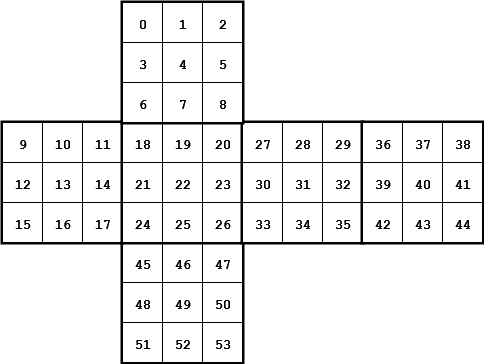
tk744/rubot keeps this draw.io diagram as cube-encoding.png. Above is the earlier version. Source tidied: cells renumbered, new cells last; positions are measured from the earlier drawing's top-left corner, leaving out a move shared by most shapes.
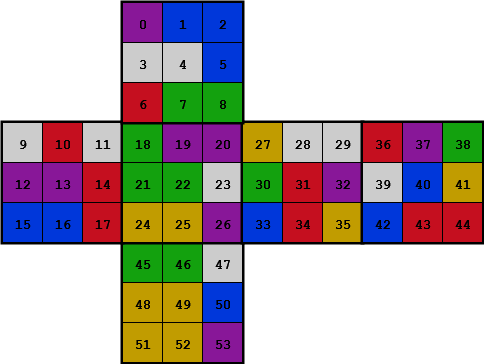
After the change.

What changed in the source:
```diff
@@ -7,27 +7,27 @@
     </mxCell>
-    <mxCell id="3" value="45" style="rounded=0;whiteSpace=wrap;html=1;fontFamily=Courier New;fontSize=14;spacingTop=3;fontStyle=1;spacingLeft=1;" parent="1" vertex="1">
+    <mxCell id="3" value="45" style="rounded=0;whiteSpace=wrap;html=1;fontFamily=Courier New;fontSize=14;spacingTop=3;fontStyle=1;spacingLeft=1;fillColor=#13a10e;" parent="1" vertex="1">
       <mxGeometry x="120" y="240" width="40" height="40" as="geometry" />
     </mxCell>
-    <mxCell id="4" value="46" style="rounded=0;whiteSpace=wrap;html=1;fontFamily=Courier New;fontSize=14;spacingTop=3;fontStyle=1;spacingLeft=1;" parent="1" vertex="1">
+    <mxCell id="4" value="46" style="rounded=0;whiteSpace=wrap;html=1;fontFamily=Courier New;fontSize=14;spacingTop=3;fontStyle=1;spacingLeft=1;fillColor=#13a10e;" parent="1" vertex="1">
       <mxGeometry x="160" y="240" width="40" height="40" as="geometry" />
     </mxCell>
-    <mxCell id="5" value="47" style="rounded=0;whiteSpace=wrap;html=1;fontFamily=Courier New;fontSize=14;spacingTop=3;fontStyle=1;spacingLeft=1;" parent="1" vertex="1">
+    <mxCell id="5" value="47" style="rounded=0;whiteSpace=wrap;html=1;fontFamily=Courier New;fontSize=14;spacingTop=3;fontStyle=1;spacingLeft=1;fillColor=#cccccc;" parent="1" vertex="1">
       <mxGeometry x="200" y="240" width="40" height="40" as="geometry" />
     </mxCell>
-    <mxCell id="6" value="48" style="rounded=0;whiteSpace=wrap;html=1;fontFamily=Courier New;fontSize=14;spacingTop=3;fontStyle=1;spacingLeft=1;" parent="1" vertex="1">
+    <mxCell id="6" value="48" style="rounded=0;whiteSpace=wrap;html=1;fontFamily=Courier New;fontSize=14;spacingTop=3;fontStyle=1;spacingLeft=1;fillColor=#c19c00;" parent="1" vertex="1">
       <mxGeometry x="120" y="280" width="40" height="40" as="geometry" />
     </mxCell>
-    <mxCell id="7" value="49" style="rounded=0;whiteSpace=wrap;html=1;fontFamily=Courier New;fontSize=14;spacingTop=3;fontStyle=1;spacingLeft=1;" parent="1" vertex="1">
+    <mxCell id="7" value="49" style="rounded=0;whiteSpace=wrap;html=1;fontFamily=Courier New;fontSize=14;spacingTop=3;fontStyle=1;spacingLeft=1;fillColor=#c19c00;" parent="1" vertex="1">
       <mxGeometry x="160" y="280" width="40" height="40" as="geometry" />
     </mxCell>
-    <mxCell id="8" value="50" style="rounded=0;whiteSpace=wrap;html=1;fontFamily=Courier New;fontSize=14;spacingTop=3;fontStyle=1;spacingLeft=1;" parent="1" vertex="1">
+    <mxCell id="8" value="50" style="rounded=0;whiteSpace=wrap;html=1;fontFamily=Courier New;fontSize=14;spacingTop=3;fontStyle=1;spacingLeft=1;fillColor=#0037da;" parent="1" vertex="1">
       <mxGeometry x="200" y="280" width="40" height="40" as="geometry" />
     </mxCell>
-    <mxCell id="9" value="51" style="rounded=0;whiteSpace=wrap;html=1;fontFamily=Courier New;fontSize=14;spacingTop=3;fontStyle=1;spacingLeft=1;" parent="1" vertex="1">
+    <mxCell id="9" value="51" style="rounded=0;whiteSpace=wrap;html=1;fontFamily=Courier New;fontSize=14;spacingTop=3;fontStyle=1;spacingLeft=1;fillColor=#c19c00;" parent="1" vertex="1">
       <mxGeometry x="120" y="320" width="40" height="40" as="geometry" />
     </mxCell>
-    <mxCell id="10" value="52" style="rounded=0;whiteSpace=wrap;html=1;fontFamily=Courier New;fontSize=14;spacingTop=3;fontStyle=1;spacingLeft=1;" parent="1" vertex="1">
+    <mxCell id="10" value="52" style="rounded=0;whiteSpace=wrap;html=1;fontFamily=Courier New;fontSize=14;spacingTop=3;fontStyle=1;spacingLeft=1;fillColor=#c19c00;" parent="1" vertex="1">
       <mxGeometry x="160" y="320" width="40" height="40" as="geometry" />
     </mxCell>
-    <mxCell id="11" value="53" style="rounded=0;whiteSpace=wrap;html=1;fontFamily=Courier New;fontSize=14;spacingTop=3;fontStyle=1;spacingLeft=1;" parent="1" vertex="1">
+    <mxCell id="11" value="53" style="rounded=0;whiteSpace=wrap;html=1;fontFamily=Courier New;fontSize=14;spacingTop=3;fontStyle=1;spacingLeft=1;fillColor=#881798;" parent="1" vertex="1">
       <mxGeometry x="200" y="320" width="40" height="40" as="geometry" />
@@ -37,27 +37,27 @@
     </mxCell>
-    <mxCell id="13" value="9" style="rounded=0;whiteSpace=wrap;html=1;fontFamily=Courier New;fontSize=14;spacingTop=3;fontStyle=1;spacingLeft=1;" parent="1" vertex="1">
+    <mxCell id="13" value="9" style="rounded=0;whiteSpace=wrap;html=1;fontFamily=Courier New;fontSize=14;spacingTop=3;fontStyle=1;spacingLeft=1;fillColor=#cccccc;" parent="1" vertex="1">
       <mxGeometry y="120" width="40" height="40" as="geometry" />
     </mxCell>
-    <mxCell id="14" value="10" style="rounded=0;whiteSpace=wrap;html=1;fontFamily=Courier New;fontSize=14;spacingTop=3;fontStyle=1;spacingLeft=1;" parent="1" vertex="1">
+    <mxCell id="14" value="10" style="rounded=0;whiteSpace=wrap;html=1;fontFamily=Courier New;fontSize=14;spacingTop=3;fontStyle=1;spacingLeft=1;fillColor=#c50f1f;" parent="1" vertex="1">
       <mxGeometry x="40" y="120" width="40" height="40" as="geometry" />
     </mxCell>
-    <mxCell id="15" value="11" style="rounded=0;whiteSpace=wrap;html=1;fontFamily=Courier New;fontSize=14;spacingTop=3;fontStyle=1;spacingLeft=1;" parent="1" vertex="1">
+    <mxCell id="15" value="11" style="rounded=0;whiteSpace=wrap;html=1;fontFamily=Courier New;fontSize=14;spacingTop=3;fontStyle=1;spacingLeft=1;fillColor=#cccccc;" parent="1" vertex="1">
       <mxGeometry x="80" y="120" width="40" height="40" as="geometry" />
     </mxCell>
-    <mxCell id="16" value="12" style="rounded=0;whiteSpace=wrap;html=1;fontFamily=Courier New;fontSize=14;spacingTop=3;fontStyle=1;spacingLeft=1;" parent="1" vertex="1">
+    <mxCell id="16" value="12" style="rounded=0;whiteSpace=wrap;html=1;fontFamily=Courier New;fontSize=14;spacingTop=3;fontStyle=1;spacingLeft=1;fillColor=#881798;" parent="1" vertex="1">
       <mxGeometry y="160" width="40" height="40" as="geometry" />
     </mxCell>
-    <mxCell id="17" value="13" style="rounded=0;whiteSpace=wrap;html=1;fontFamily=Courier New;fontSize=14;spacingTop=3;fontStyle=1;spacingLeft=1;" parent="1" vertex="1">
+    <mxCell id="17" value="13" style="rounded=0;whiteSpace=wrap;html=1;fontFamily=Courier New;fontSize=14;spacingTop=3;fontStyle=1;spacingLeft=1;fillColor=#881798;" parent="1" vertex="1">
       <mxGeometry x="40" y="160" width="40" height="40" as="geometry" />
     </mxCell>
-    <mxCell id="18" value="14" style="rounded=0;whiteSpace=wrap;html=1;fontFamily=Courier New;fontSize=14;spacingTop=3;fontStyle=1;spacingLeft=1;" parent="1" vertex="1">
+    <mxCell id="18" value="14" style="rounded=0;whiteSpace=wrap;html=1;fontFamily=Courier New;fontSize=14;spacingTop=3;fontStyle=1;spacingLeft=1;fillColor=#c50f1f;" parent="1" vertex="1">
       <mxGeometry x="80" y="160" width="40" height="40" as="geometry" />
     </mxCell>
-    <mxCell id="19" value="15" style="rounded=0;whiteSpace=wrap;html=1;fontFamily=Courier New;fontSize=14;spacingTop=3;fontStyle=1;spacingLeft=1;" parent="1" vertex="1">
+    <mxCell id="19" value="15" style="rounded=0;whiteSpace=wrap;html=1;fontFamily=Courier New;fontSize=14;spacingTop=3;fontStyle=1;spacingLeft=1;fillColor=#0037da;" parent="1" vertex="1">
       <mxGeometry y="200" width="40" height="40" as="geometry" />
     </mxCell>
-    <mxCell id="20" value="16" style="rounded=0;whiteSpace=wrap;html=1;fontFamily=Courier New;fontSize=14;spacingTop=3;fontStyle=1;spacingLeft=1;" parent="1" vertex="1">
+    <mxCell id="20" value="16" style="rounded=0;whiteSpace=wrap;html=1;fontFamily=Courier New;fontSize=14;spacingTop=3;fontStyle=1;spacingLeft=1;fillColor=#0037da;" parent="1" vertex="1">
       <mxGeometry x="40" y="200" width="40" height="40" as="geometry" />
     </mxCell>
-    <mxCell id="21" value="17" style="rounded=0;whiteSpace=wrap;html=1;fontFamily=Courier New;fontSize=14;spacingTop=3;fontStyle=1;spacingLeft=1;" parent="1" vertex="1">
+    <mxCell id="21" value="17" style="rounded=0;whiteSpace=wrap;html=1;fontFamily=Courier New;fontSize=14;spacingTop=3;fontStyle=1;spacingLeft=1;fillColor=#c50f1f;" parent="1" vertex="1">
       <mxGeometry x="80" y="200" width="40" height="40" as="geometry" />
@@ -67,27 +67,27 @@
     </mxCell>
-    <mxCell id="23" value="18" style="rounded=0;whiteSpace=wrap;html=1;fontFamily=Courier New;fontSize=14;spacingTop=3;fontStyle=1;spacingLeft=1;" parent="1" vertex="1">
+    <mxCell id="23" value="18" style="rounded=0;whiteSpace=wrap;html=1;fontFamily=Courier New;fontSize=14;spacingTop=3;fontStyle=1;spacingLeft=1;fillColor=#13a10e;" parent="1" vertex="1">
       <mxGeometry x="120" y="120" width="40" height="40" as="geometry" />
     </mxCell>
-    <mxCell id="24" value="19" style="rounded=0;whiteSpace=wrap;html=1;fontFamily=Courier New;fontSize=14;spacingTop=3;fontStyle=1;spacingLeft=1;" parent="1" vertex="1">
+    <mxCell id="24" value="19" style="rounded=0;whiteSpace=wrap;html=1;fontFamily=Courier New;fontSize=14;spacingTop=3;fontStyle=1;spacingLeft=1;fillColor=#881798;" parent="1" vertex="1">
       <mxGeometry x="160" y="120" width="40" height="40" as="geometry" />
     </mxCell>
-    <mxCell id="25" value="20" style="rounded=0;whiteSpace=wrap;html=1;fontFamily=Courier New;fontSize=14;spacingTop=3;fontStyle=1;spacingLeft=1;" parent="1" vertex="1">
+    <mxCell id="25" value="20" style="rounded=0;whiteSpace=wrap;html=1;fontFamily=Courier New;fontSize=14;spacingTop=3;fontStyle=1;spacingLeft=1;fillColor=#881798;" parent="1" vertex="1">
       <mxGeometry x="200" y="120" width="40" height="40" as="geometry" />
     </mxCell>
-    <mxCell id="26" value="21" style="rounded=0;whiteSpace=wrap;html=1;fontFamily=Courier New;fontSize=14;spacingTop=3;fontStyle=1;spacingLeft=1;" parent="1" vertex="1">
+    <mxCell id="26" value="21" style="rounded=0;whiteSpace=wrap;html=1;fontFamily=Courier New;fontSize=14;spacingTop=3;fontStyle=1;spacingLeft=1;fillColor=#13a10e;" parent="1" vertex="1">
       <mxGeometry x="120" y="160" width="40" height="40" as="geometry" />
     </mxCell>
-    <mxCell id="27" value="22" style="rounded=0;whiteSpace=wrap;html=1;fontFamily=Courier New;fontSize=14;spacingTop=3;fontStyle=1;spacingLeft=1;" parent="1" vertex="1">
+    <mxCell id="27" value="22" style="rounded=0;whiteSpace=wrap;html=1;fontFamily=Courier New;fontSize=14;spacingTop=3;fontStyle=1;spacingLeft=1;fillColor=#13a10e;" parent="1" vertex="1">
       <mxGeometry x="160" y="160" width="40" height="40" as="geometry" />
     </mxCell>
-    <mxCell id="28" value="23" style="rounded=0;whiteSpace=wrap;html=1;fontFamily=Courier New;fontSize=14;spacingTop=3;fontStyle=1;spacingLeft=1;" parent="1" vertex="1">
+    <mxCell id="28" value="23" style="rounded=0;whiteSpace=wrap;html=1;fontFamily=Courier New;fontSize=14;spacingTop=3;fontStyle=1;spacingLeft=1;fillColor=#cccccc;" parent="1" vertex="1">
       <mxGeometry x="200" y="160" width="40" height="40" as="geometry" />
     </mxCell>
-    <mxCell id="29" value="24" style="rounded=0;whiteSpace=wrap;html=1;fontFamily=Courier New;fontSize=14;spacingTop=3;fontStyle=1;spacingLeft=1;" parent="1" vertex="1">
+    <mxCell id="29" value="24" style="rounded=0;whiteSpace=wrap;html=1;fontFamily=Courier New;fontSize=14;spacingTop=3;fontStyle=1;spacingLeft=1;fillColor=#c19c00;" parent="1" vertex="1">
       <mxGeometry x="120" y="200" width="40" height="40" as="geometry" />
     </mxCell>
-    <mxCell id="30" value="25" style="rounded=0;whiteSpace=wrap;html=1;fontFamily=Courier New;fontSize=14;spacingTop=3;fontStyle=1;spacingLeft=1;" parent="1" vertex="1">
+    <mxCell id="30" value="25" style="rounded=0;whiteSpace=wrap;html=1;fontFamily=Courier New;fontSize=14;spacingTop=3;fontStyle=1;spacingLeft=1;fillColor=#c19c00;" parent="1" vertex="1">
       <mxGeometry x="160" y="200" width="40" height="40" as="geometry" />
     </mxCell>
-    <mxCell id="31" value="26" style="rounded=0;whiteSpace=wrap;html=1;fontFamily=Courier New;fontSize=14;spacingTop=3;fontStyle=1;spacingLeft=1;" parent="1" vertex="1">
+    <mxCell id="31" value="26" style="rounded=0;whiteSpace=wrap;html=1;fontFamily=Courier New;fontSize=14;spacingTop=3;fontStyle=1;spacingLeft=1;fillColor=#881798;" parent="1" vertex="1">
       <mxGeometry x="200" y="200" width="40" height="40" as="geometry" />
@@ -97,27 +97,27 @@
     </mxCell>
-    <mxCell id="33" value="27" style="rounded=0;whiteSpace=wrap;html=1;fontFamily=Courier New;fontSize=14;spacingTop=3;fontStyle=1;spacingLeft=1;" parent="1" vertex="1">
+    <mxCell id="33" value="27" style="rounded=0;whiteSpace=wrap;html=1;fontFamily=Courier New;fontSize=14;spacingTop=3;fontStyle=1;spacingLeft=1;fillColor=#c19c00;" parent="1" vertex="1">
       <mxGeometry x="240" y="120" width="40" height="40" as="geometry" />
     </mxCell>
-    <mxCell id="34" value="28" style="rounded=0;whiteSpace=wrap;html=1;fontFamily=Courier New;fontSize=14;spacingTop=3;fontStyle=1;spacingLeft=1;" parent="1" vertex="1">
+    <mxCell id="34" value="28" style="rounded=0;whiteSpace=wrap;html=1;fontFamily=Courier New;fontSize=14;spacingTop=3;fontStyle=1;spacingLeft=1;fillColor=#cccccc;" parent="1" vertex="1">
       <mxGeometry x="280" y="120" width="40" height="40" as="geometry" />
     </mxCell>
-    <mxCell id="35" value="29" style="rounded=0;whiteSpace=wrap;html=1;fontFamily=Courier New;fontSize=14;spacingTop=3;fontStyle=1;spacingLeft=1;" parent="1" vertex="1">
+    <mxCell id="35" value="29" style="rounded=0;whiteSpace=wrap;html=1;fontFamily=Courier New;fontSize=14;spacingTop=3;fontStyle=1;spacingLeft=1;fillColor=#cccccc;" parent="1" vertex="1">
       <mxGeometry x="320" y="120" width="40" height="40" as="geometry" />
     </mxCell>
-    <mxCell id="36" value="30" style="rounded=0;whiteSpace=wrap;html=1;fontFamily=Courier New;fontSize=14;spacingTop=3;fontStyle=1;spacingLeft=1;" parent="1" vertex="1">
+    <mxCell id="36" value="30" style="rounded=0;whiteSpace=wrap;html=1;fontFamily=Courier New;fontSize=14;spacingTop=3;fontStyle=1;spacingLeft=1;fillColor=#13a10e;" parent="1" vertex="1">
       <mxGeometry x="240" y="160" width="40" height="40" as="geometry" />
     </mxCell>
-    <mxCell id="37" value="31" style="rounded=0;whiteSpace=wrap;html=1;fontFamily=Courier New;fontSize=14;spacingTop=3;fontStyle=1;spacingLeft=1;" parent="1" vertex="1">
+    <mxCell id="37" value="31" style="rounded=0;whiteSpace=wrap;html=1;fontFamily=Courier New;fontSize=14;spacingTop=3;fontStyle=1;spacingLeft=1;fillColor=#c50f1f;" parent="1" vertex="1">
       <mxGeometry x="280" y="160" width="40" height="40" as="geometry" />
     </mxCell>
-    <mxCell id="38" value="32" style="rounded=0;whiteSpace=wrap;html=1;fontFamily=Courier New;fontSize=14;spacingTop=3;fontStyle=1;spacingLeft=1;" parent="1" vertex="1">
+    <mxCell id="38" value="32" style="rounded=0;whiteSpace=wrap;html=1;fontFamily=Courier New;fontSize=14;spacingTop=3;fontStyle=1;spacingLeft=1;fillColor=#881798;" parent="1" vertex="1">
       <mxGeometry x="320" y="160" width="40" height="40" as="geometry" />
     </mxCell>
-    <mxCell id="39" value="33" style="rounded=0;whiteSpace=wrap;html=1;fontFamily=Courier New;fontSize=14;spacingTop=3;fontStyle=1;spacingLeft=1;" parent="1" vertex="1">
+    <mxCell id="39" value="33" style="rounded=0;whiteSpace=wrap;html=1;fontFamily=Courier New;fontSize=14;spacingTop=3;fontStyle=1;spacingLeft=1;fillColor=#0037da;" parent="1" vertex="1">
       <mxGeometry x="240" y="200" width="40" height="40" as="geometry" />
     </mxCell>
-    <mxCell id="40" value="34" style="rounded=0;whiteSpace=wrap;html=1;fontFamily=Courier New;fontSize=14;spacingTop=3;fontStyle=1;spacingLeft=1;" parent="1" vertex="1">
+    <mxCell id="40" value="34" style="rounded=0;whiteSpace=wrap;html=1;fontFamily=Courier New;fontSize=14;spacingTop=3;fontStyle=1;spacingLeft=1;fillColor=#c50f1f;" parent="1" vertex="1">
       <mxGeometry x="280" y="200" width="40" height="40" as="geometry" />
     </mxCell>
-    <mxCell id="41" value="35" style="rounded=0;whiteSpace=wrap;html=1;fontFamily=Courier New;fontSize=14;spacingTop=3;fontStyle=1;spacingLeft=1;" parent="1" vertex="1">
+    <mxCell id="41" value="35" style="rounded=0;whiteSpace=wrap;html=1;fontFamily=Courier New;fontSize=14;spacingTop=3;fontStyle=1;spacingLeft=1;fillColor=#c19c00;" parent="1" vertex="1">
       <mxGeometry x="320" y="200" width="40" height="40" as="geometry" />
@@ -127,27 +127,27 @@
     </mxCell>
-    <mxCell id="43" value="36" style="rounded=0;whiteSpace=wrap;html=1;fontFamily=Courier New;fontSize=14;spacingTop=3;fontStyle=1;spacingLeft=1;" parent="1" vertex="1">
+    <mxCell id="43" value="36" style="rounded=0;whiteSpace=wrap;html=1;fontFamily=Courier New;fontSize=14;spacingTop=3;fontStyle=1;spacingLeft=1;fillColor=#c50f1f;" parent="1" vertex="1">
       <mxGeometry x="360" y="120" width="40" height="40" as="geometry" />
     </mxCell>
-    <mxCell id="44" value="37" style="rounded=0;whiteSpace=wrap;html=1;fontFamily=Courier New;fontSize=14;spacingTop=3;fontStyle=1;spacingLeft=1;" parent="1" vertex="1">
+    <mxCell id="44" value="37" style="rounded=0;whiteSpace=wrap;html=1;fontFamily=Courier New;fontSize=14;spacingTop=3;fontStyle=1;spacingLeft=1;fillColor=#881798;" parent="1" vertex="1">
       <mxGeometry x="400" y="120" width="40" height="40" as="geometry" />
     </mxCell>
-    <mxCell id="45" value="38" style="rounded=0;whiteSpace=wrap;html=1;fontFamily=Courier New;fontSize=14;spacingTop=3;fontStyle=1;spacingLeft=1;" parent="1" vertex="1">
+    <mxCell id="45" value="38" style="rounded=0;whiteSpace=wrap;html=1;fontFamily=Courier New;fontSize=14;spacingTop=3;fontStyle=1;spacingLeft=1;fillColor=#13a10e;" parent="1" vertex="1">
       <mxGeometry x="440" y="120" width="40" height="40" as="geometry" />
     </mxCell>
-    <mxCell id="46" value="39" style="rounded=0;whiteSpace=wrap;html=1;fontFamily=Courier New;fontSize=14;spacingTop=3;fontStyle=1;spacingLeft=1;" parent="1" vertex="1">
+    <mxCell id="46" value="39" style="rounded=0;whiteSpace=wrap;html=1;fontFamily=Courier New;fontSize=14;spacingTop=3;fontStyle=1;spacingLeft=1;fillColor=#cccccc;" parent="1" vertex="1">
       <mxGeometry x="360" y="160" width="40" height="40" as="geometry" />
     </mxCell>
-    <mxCell id="47" value="40" style="rounded=0;whiteSpace=wrap;html=1;fontFamily=Courier New;fontSize=14;spacingTop=3;fontStyle=1;spacingLeft=1;" parent="1" vertex="1">
+    <mxCell id="47" value="40" style="rounded=0;whiteSpace=wrap;html=1;fontFamily=Courier New;fontSize=14;spacingTop=3;fontStyle=1;spacingLeft=1;fillColor=#0037da;" parent="1" vertex="1">
       <mxGeometry x="400" y="160" width="40" height="40" as="geometry" />
     </mxCell>
-    <mxCell id="48" value="41" style="rounded=0;whiteSpace=wrap;html=1;fontFamily=Courier New;fontSize=14;spacingTop=3;fontStyle=1;spacingLeft=1;" parent="1" vertex="1">
+    <mxCell id="48" value="41" style="rounded=0;whiteSpace=wrap;html=1;fontFamily=Courier New;fontSize=14;spacingTop=3;fontStyle=1;spacingLeft=1;fillColor=#c19c00;" parent="1" vertex="1">
       <mxGeometry x="440" y="160" width="40" height="40" as="geometry" />
     </mxCell>
-    <mxCell id="49" value="42" style="rounded=0;whiteSpace=wrap;html=1;fontFamily=Courier New;fontSize=14;spacingTop=3;fontStyle=1;spacingLeft=1;" parent="1" vertex="1">
+    <mxCell id="49" value="42" style="rounded=0;whiteSpace=wrap;html=1;fontFamily=Courier New;fontSize=14;spacingTop=3;fontStyle=1;spacingLeft=1;fillColor=#0037da;" parent="1" vertex="1">
       <mxGeometry x="360" y="200" width="40" height="40" as="geometry" />
     </mxCell>
-    <mxCell id="50" value="43" style="rounded=0;whiteSpace=wrap;html=1;fontFamily=Courier New;fontSize=14;spacingTop=3;fontStyle=1;spacingLeft=1;" parent="1" vertex="1">
+    <mxCell id="50" value="43" style="rounded=0;whiteSpace=wrap;html=1;fontFamily=Courier New;fontSize=14;spacingTop=3;fontStyle=1;spacingLeft=1;fillColor=#c50f1f;" parent="1" vertex="1">
       <mxGeometry x="400" y="200" width="40" height="40" as="geometry" />
     </mxCell>
-    <mxCell id="51" value="44" style="rounded=0;whiteSpace=wrap;html=1;fontFamily=Courier New;fontSize=14;spacingTop=3;fontStyle=1;spacingLeft=1;" parent="1" vertex="1">
+    <mxCell id="51" value="44" style="rounded=0;whiteSpace=wrap;html=1;fontFamily=Courier New;fontSize=14;spacingTop=3;fontStyle=1;spacingLeft=1;fillColor=#c50f1f;" parent="1" vertex="1">
       <mxGeometry x="440" y="200" width="40" height="40" as="geometry" />
@@ -157,27 +157,27 @@
     </mxCell>
-    <mxCell id="53" value="0" style="rounded=0;whiteSpace=wrap;html=1;fontSize=14;fontFamily=Courier New;spacingTop=3;fontStyle=1;spacingLeft=1;" parent="1" vertex="1">
+    <mxCell id="53" value="0" style="rounded=0;whiteSpace=wrap;html=1;fontSize=14;fontFamily=Courier New;spacingTop=3;fontStyle=1;spacingLeft=1;fillColor=#881798;" parent="1" vertex="1">
       <mxGeometry x="120" width="40" height="40" as="geometry" />
     </mxCell>
-    <mxCell id="54" value="1" style="rounded=0;whiteSpace=wrap;html=1;fontSize=14;fontFamily=Courier New;spacingTop=3;fontStyle=1;spacingLeft=1;" parent="1" vertex="1">
+    <mxCell id="54" value="1" style="rounded=0;whiteSpace=wrap;html=1;fontSize=14;fontFamily=Courier New;spacingTop=3;fontStyle=1;spacingLeft=1;fillColor=#0037da;" parent="1" vertex="1">
       <mxGeometry x="160" width="40" height="40" as="geometry" />
     </mxCell>
-    <mxCell id="55" value="2" style="rounded=0;whiteSpace=wrap;html=1;fontSize=14;fontFamily=Courier New;spacingTop=3;fontStyle=1;spacingLeft=1;" parent="1" vertex="1">
+    <mxCell id="55" value="2" style="rounded=0;whiteSpace=wrap;html=1;fontSize=14;fontFamily=Courier New;spacingTop=3;fontStyle=1;spacingLeft=1;fillColor=#0037da;" parent="1" vertex="1">
       <mxGeometry x="200" width="40" height="40" as="geometry" />
     </mxCell>
-    <mxCell id="56" value="3" style="rounded=0;whiteSpace=wrap;html=1;fontFamily=Courier New;fontSize=14;spacingTop=3;fontStyle=1;spacingLeft=1;" parent="1" vertex="1">
+    <mxCell id="56" value="3" style="rounded=0;whiteSpace=wrap;html=1;fontFamily=Courier New;fontSize=14;spacingTop=3;fontStyle=1;spacingLeft=1;fillColor=#cccccc;" parent="1" vertex="1">
       <mxGeometry x="120" y="40" width="40" height="40" as="geometry" />
     </mxCell>
-    <mxCell id="57" value="4" style="rounded=0;whiteSpace=wrap;html=1;fontFamily=Courier New;fontSize=14;spacingTop=3;fontStyle=1;spacingLeft=1;" parent="1" vertex="1">
+    <mxCell id="57" value="4" style="rounded=0;whiteSpace=wrap;html=1;fontFamily=Courier New;fontSize=14;spacingTop=3;fontStyle=1;spacingLeft=1;fillColor=#cccccc;" parent="1" vertex="1">
       <mxGeometry x="160" y="40" width="40" height="40" as="geometry" />
     </mxCell>
-    <mxCell id="58" value="5" style="rounded=0;whiteSpace=wrap;html=1;fontFamily=Courier New;fontSize=14;spacingTop=3;fontStyle=1;spacingLeft=1;" parent="1" vertex="1">
+    <mxCell id="58" value="5" style="rounded=0;whiteSpace=wrap;html=1;fontFamily=Courier New;fontSize=14;spacingTop=3;fontStyle=1;spacingLeft=1;fillColor=#0037da;" parent="1" vertex="1">
       <mxGeometry x="200" y="40" width="40" height="40" as="geometry" />
     </mxCell>
-    <mxCell id="59" value="6" style="rounded=0;whiteSpace=wrap;html=1;fontFamily=Courier New;fontSize=14;spacingTop=3;fontStyle=1;spacingLeft=1;" parent="1" vertex="1">
+    <mxCell id="59" value="6" style="rounded=0;whiteSpace=wrap;html=1;fontFamily=Courier New;fontSize=14;spacingTop=3;fontStyle=1;spacingLeft=1;fillColor=#c50f1f;" parent="1" vertex="1">
       <mxGeometry x="120" y="80" width="40" height="40" as="geometry" />
     </mxCell>
-    <mxCell id="60" value="7" style="rounded=0;whiteSpace=wrap;html=1;fontFamily=Courier New;fontSize=14;spacingTop=3;fontStyle=1;spacingLeft=1;" parent="1" vertex="1">
+    <mxCell id="60" value="7" style="rounded=0;whiteSpace=wrap;html=1;fontFamily=Courier New;fontSize=14;spacingTop=3;fontStyle=1;spacingLeft=1;fillColor=#13a10e;" parent="1" vertex="1">
       <mxGeometry x="160" y="80" width="40" height="40" as="geometry" />
     </mxCell>
-    <mxCell id="61" value="8" style="rounded=0;whiteSpace=wrap;html=1;fontFamily=Courier New;fontSize=14;spacingTop=3;fontStyle=1;spacingLeft=1;" parent="1" vertex="1">
+    <mxCell id="61" value="8" style="rounded=0;whiteSpace=wrap;html=1;fontFamily=Courier New;fontSize=14;spacingTop=3;fontStyle=1;spacingLeft=1;fillColor=#13a10e;" parent="1" vertex="1">
       <mxGeometry x="200" y="80" width="40" height="40" as="geometry" />
```
